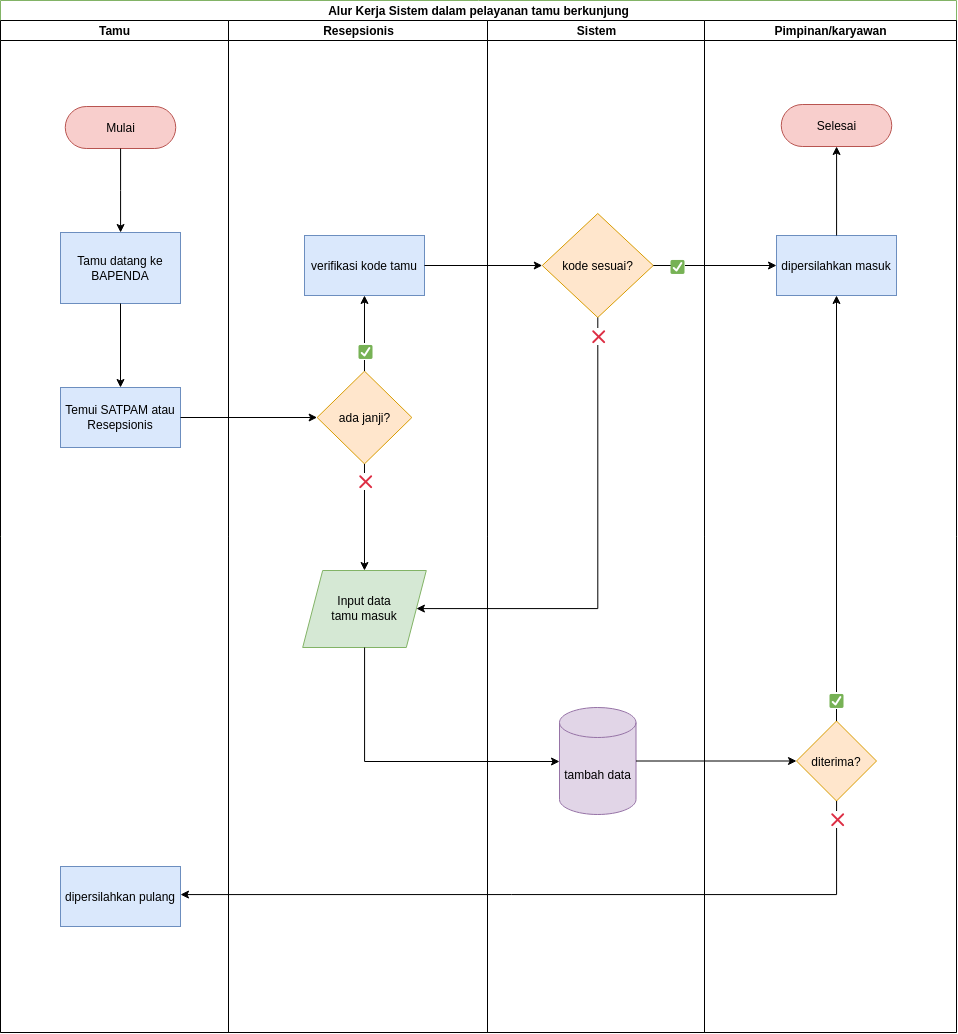
Earlier version of the draw.io export alur-kerja_simata.png (Rusadi-0/navbar). Source tidied: cells renumbered, new cells last; positions are measured from the earlier drawing's top-left corner, leaving out a move shared by most shapes.
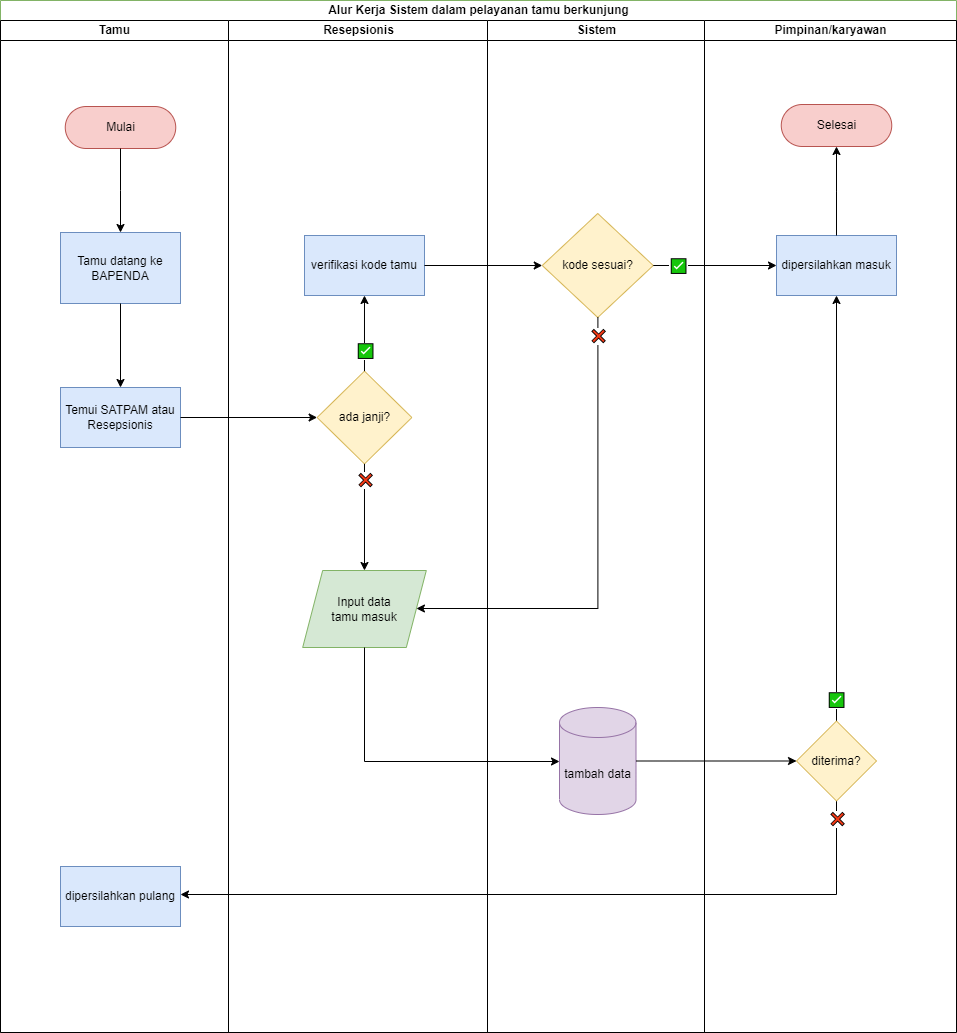
After the change.

What changed in the source:
```diff
@@ -38,7 +38,7 @@
     <mxCell id="13" style="edgeStyle=orthogonalEdgeStyle;rounded=0;jettySize=auto;html=1;" parent="6" edge="1" source="10" target="14">
       <mxGeometry relative="1" as="geometry" />
     </mxCell>
-    <mxCell id="14" value="ada janji?" style="rhombus;whiteSpace=wrap;html=1;fillColor=#ffe6cc;strokeColor=#d79b00;" parent="6" vertex="1">
+    <mxCell id="14" value="ada janji?" style="rhombus;whiteSpace=wrap;html=1;fillColor=#fff2cc;strokeColor=#d6b656;" parent="6" vertex="1">
       <mxGeometry x="-387.4" y="350.6" width="94.8" height="92.8" as="geometry" />
     </mxCell>
     <mxCell id="15" value="verifikasi kode tamu" style="rounded=0;whiteSpace=wrap;html=1;fillColor=#dae8fc;strokeColor=#6c8ebf;" parent="6" vertex="1">
@@ -61,7 +61,7 @@
     <mxCell id="20" value="&lt;font style=&quot;font-size: 14px;&quot;&gt;❌&lt;/font&gt;" style="edgeLabel;html=1;align=center;verticalAlign=middle;" parent="19" vertex="1">
       <mxGeometry x="-0.69" relative="1" as="geometry" />
     </mxCell>
-    <mxCell id="21" value="kode sesuai?" style="rhombus;whiteSpace=wrap;html=1;fillColor=#ffe6cc;strokeColor=#d79b00;" parent="6" vertex="1">
+    <mxCell id="21" value="kode sesuai?" style="rhombus;whiteSpace=wrap;html=1;fillColor=#fff2cc;strokeColor=#d6b656;" parent="6" vertex="1">
       <mxGeometry x="-162.2" y="193" width="111" height="104" as="geometry" />
     </mxCell>
     <mxCell id="22" value="tambah data" style="shape=cylinder3;whiteSpace=wrap;html=1;boundedLbl=1;backgroundOutline=1;size=15;fillColor=#e1d5e7;strokeColor=#9673a6;" parent="6" vertex="1">
@@ -117,7 +117,7 @@
     <mxCell id="34" value="&lt;font style=&quot;font-size: 14px;&quot;&gt;✅&lt;/font&gt;" style="edgeLabel;html=1;align=center;verticalAlign=middle;" parent="33" vertex="1">
       <mxGeometry x="-0.9" y="1" relative="1" as="geometry" />
     </mxCell>
-    <mxCell id="35" value="diterima?" style="rhombus;whiteSpace=wrap;html=1;fillColor=#ffe6cc;strokeColor=#d79b00;" parent="6" vertex="1">
+    <mxCell id="35" value="diterima?" style="rhombus;whiteSpace=wrap;html=1;fillColor=#fff2cc;strokeColor=#d6b656;" parent="6" vertex="1">
       <mxGeometry x="92" y="700.5" width="80" height="80" as="geometry" />
     </mxCell>
     <mxCell id="36" value="Selesai" style="rounded=1;whiteSpace=wrap;html=1;arcSize=50;fillColor=#f8cecc;strokeColor=#b85450;" parent="6" vertex="1">
```
